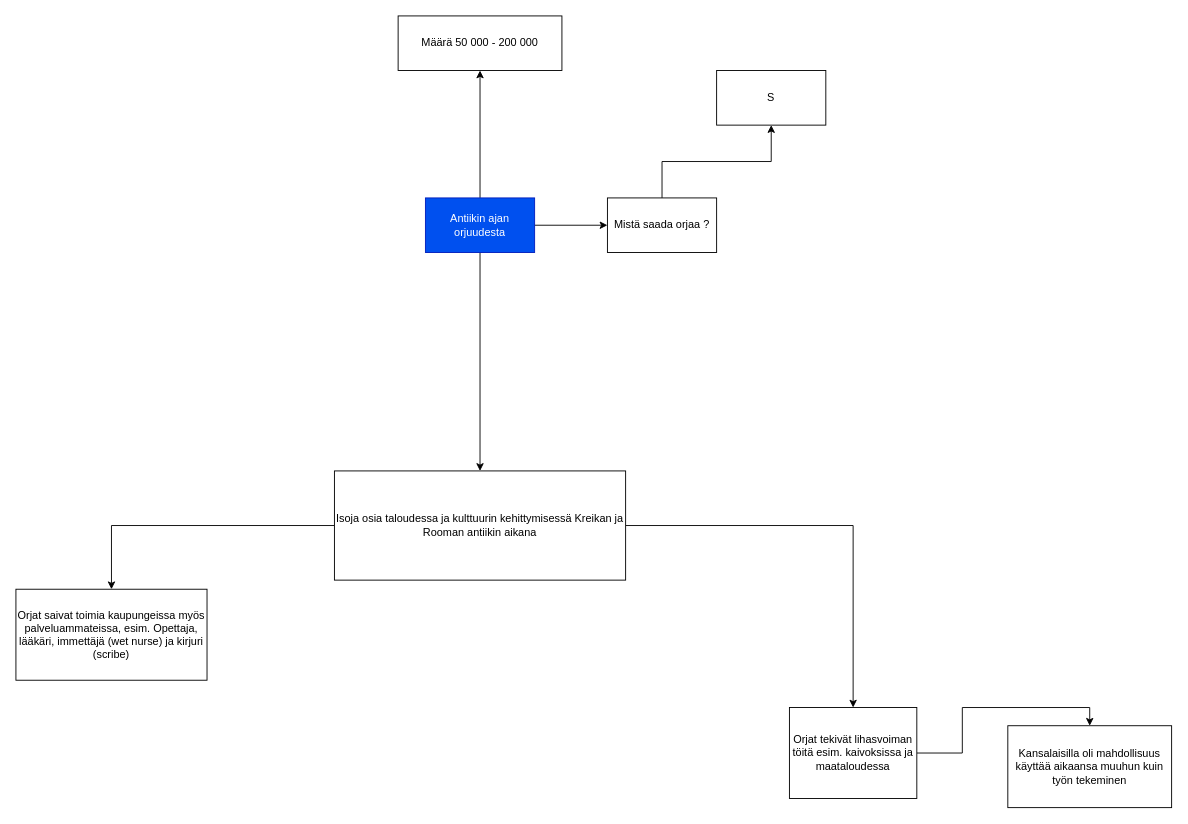
The draw.io diagram Antiikin ajan orjuudesta.drawio in LuanDaSamuel/History-mindmap, before the edit. Source tidied: cells renumbered, new cells numbered last; positions are measured from the earlier drawing's top-left corner, leaving out a move shared by most shapes. Both pictures are drawn from the tidied source at 91%, with x=0, y=0 at pixel (15, 15).
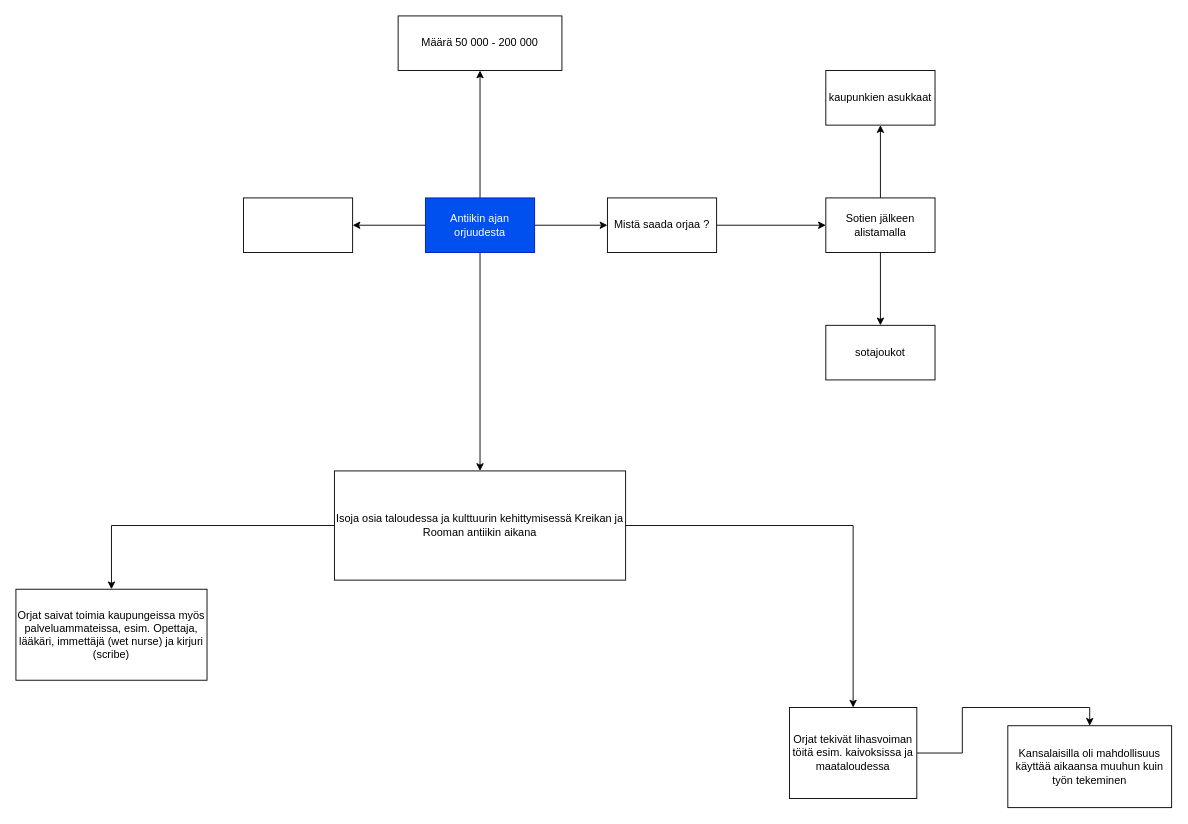
The same diagram, later.

Unchanged cells that the change refers to:
```xml
<mxCell id="5" value="Antiikin ajan orjuudesta" style="rounded=0;whiteSpace=wrap;html=1;fillColor=#0050ef;fontColor=#ffffff;strokeColor=#001DBC;" parent="1" vertex="1">
  <mxGeometry x="450" y="200" width="120" height="60" as="geometry" />
</mxCell>
```

Change to the diagram source:
```diff
@@
+    <mxCell id="17" style="edgeStyle=orthogonalEdgeStyle;rounded=0;jettySize=auto;html=1;" parent="1" edge="1" source="5" target="22">
+      <mxGeometry relative="1" as="geometry" />
+    </mxCell>
@@
+    <mxCell id="18" style="edgeStyle=orthogonalEdgeStyle;rounded=0;jettySize=auto;html=1;" parent="1" edge="1" source="16" target="20">
+      <mxGeometry relative="1" as="geometry" />
+    </mxCell>
+    <mxCell id="19" style="edgeStyle=orthogonalEdgeStyle;rounded=0;jettySize=auto;html=1;" parent="1" edge="1" source="16" target="21">
+      <mxGeometry relative="1" as="geometry" />
+    </mxCell>
-    <mxCell id="16" value="S" style="rounded=0;whiteSpace=wrap;html=1;" parent="1" vertex="1">
-      <mxGeometry x="770" y="60" width="120" height="60" as="geometry" />
+    <mxCell id="16" value="Sotien jälkeen alistamalla" style="rounded=0;whiteSpace=wrap;html=1;" parent="1" vertex="1">
+      <mxGeometry x="890" y="200" width="120" height="60" as="geometry" />
     </mxCell>
+    <mxCell id="20" value="sotajoukot" style="whiteSpace=wrap;html=1;rounded=0;" parent="1" vertex="1">
+      <mxGeometry x="890" y="340" width="120" height="60" as="geometry" />
+    </mxCell>
+    <mxCell id="21" value="kaupunkien asukkaat" style="whiteSpace=wrap;html=1;rounded=0;" parent="1" vertex="1">
+      <mxGeometry x="890" y="60" width="120" height="60" as="geometry" />
+    </mxCell>
+    <mxCell id="22" style="whiteSpace=wrap;html=1;rounded=0;" parent="1" vertex="1">
+      <mxGeometry x="250" y="200" width="120" height="60" as="geometry" />
+    </mxCell>
```
